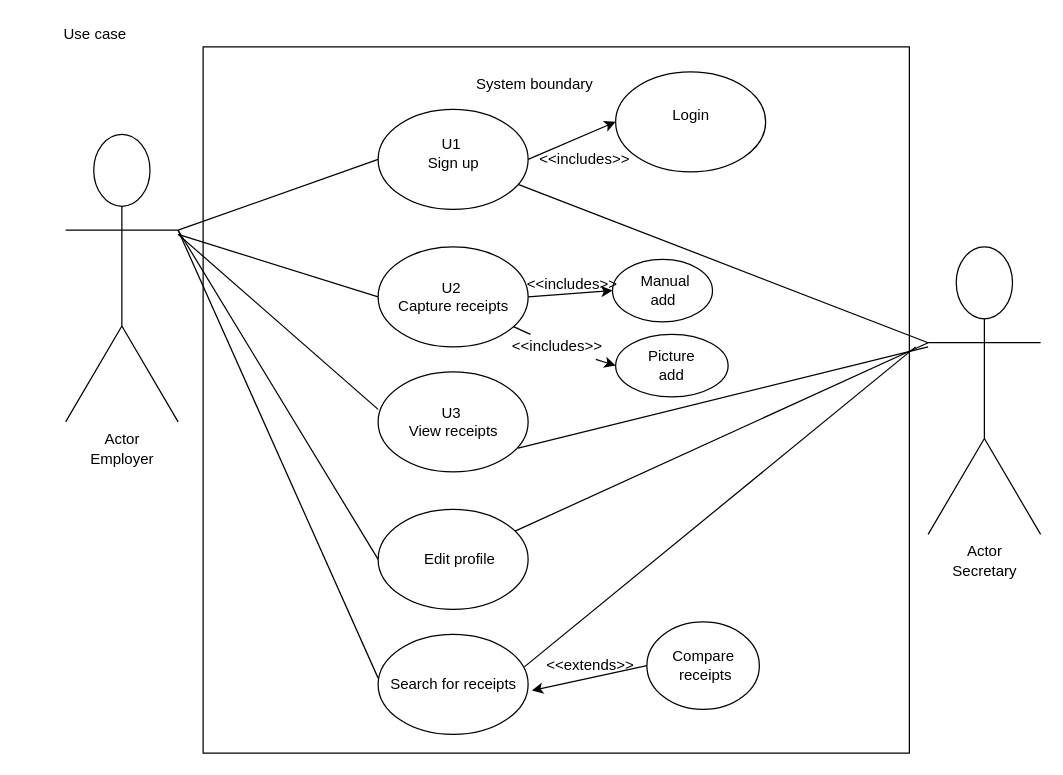
This is Assignment1-Use case.drawio from KamoNgcobo/KamoNgcobo.github.io, a draw.io file, before an edit. Source tidied: cells renumbered, new cells numbered last; positions are measured from the earlier drawing's top-left corner, leaving out a move shared by most shapes. Both pictures are drawn from the tidied source at 125%, with x=0, y=0 at pixel (52, 21).
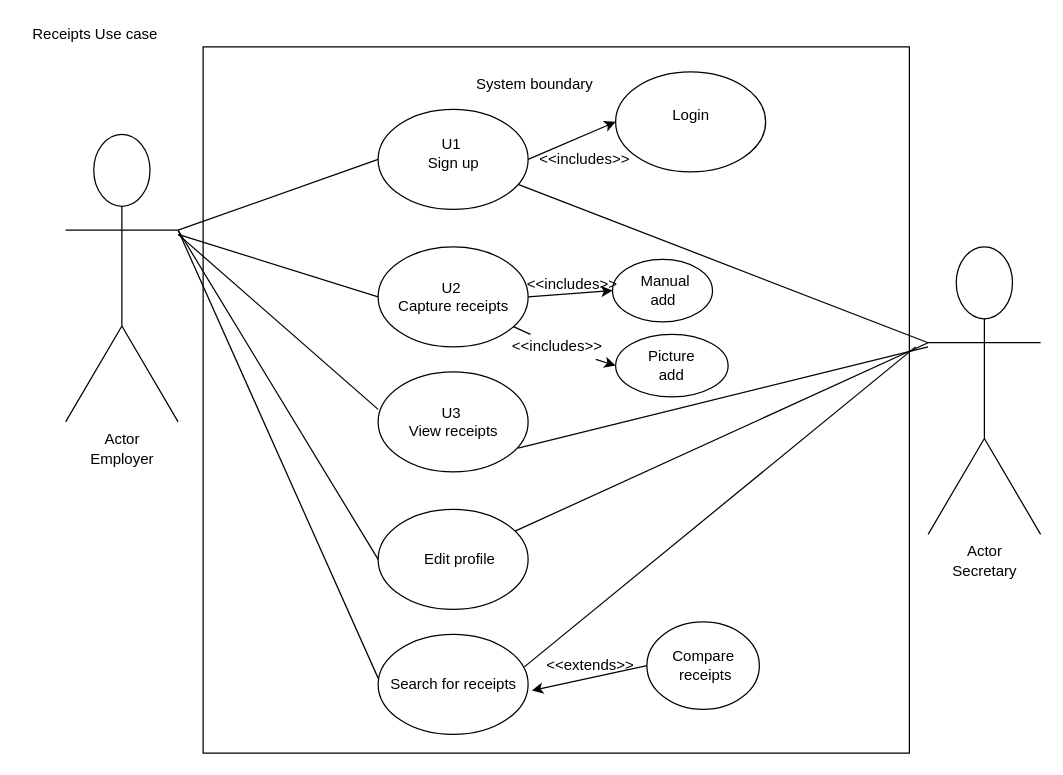
The same diagram, later.

What changed in the source:
```diff
@@
-    <mxCell id="3" value="Use case&amp;nbsp;" style="text;html=1;align=center;verticalAlign=middle;fillColor=none;strokeColor=none;rounded=0;" parent="1" vertex="1">
-      <mxGeometry width="70" height="20" as="geometry" />
+    <mxCell id="3" value="Receipts Use case&amp;nbsp;" style="text;html=1;align=center;verticalAlign=middle;fillColor=none;strokeColor=none;rounded=0;" parent="1" vertex="1">
+      <mxGeometry x="-25" width="120" height="20" as="geometry" />
     </mxCell>
```
